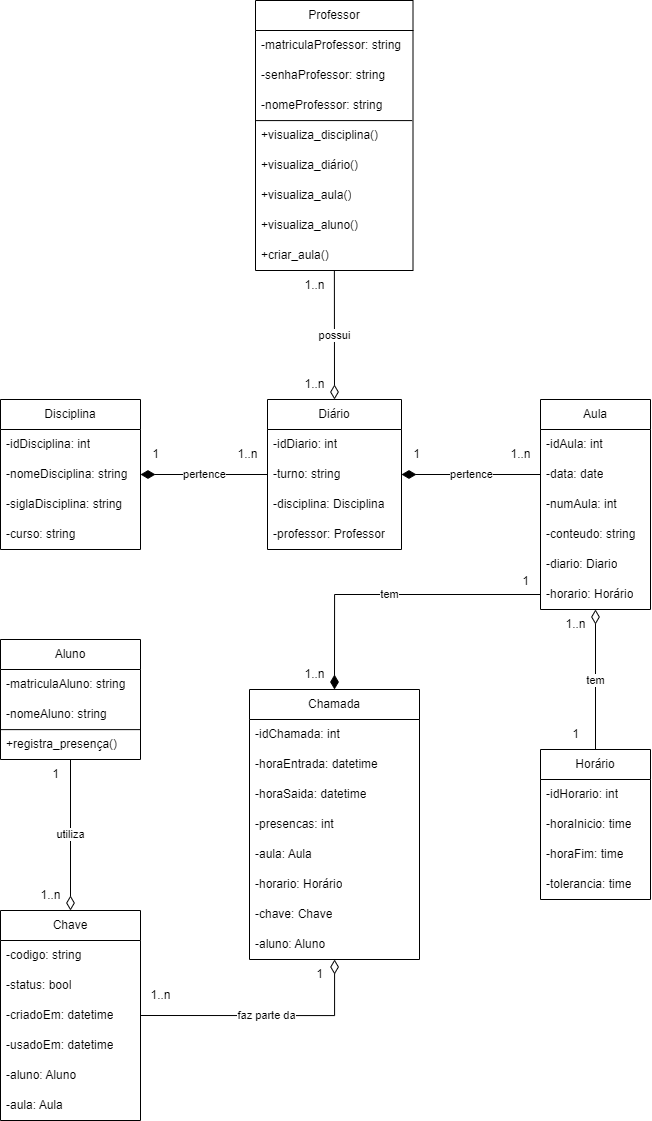
Before: Documents/Diagramas/models.png, a diagram exported from draw.io (Jordanjuliobr23/Automated-Call-System). Source tidied: cells renumbered, new cells last; positions are measured from the earlier drawing's top-left corner, leaving out a move shared by most shapes.
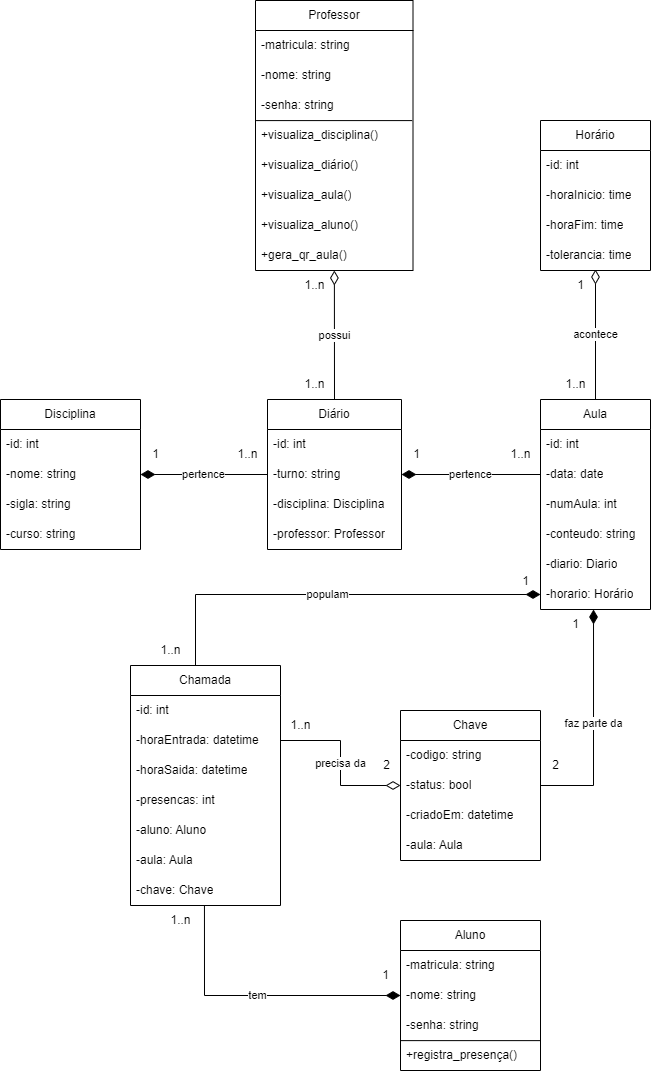
Later version of the same file.

Commit message:
Atualização tabelas models.drawio #31

Diff of the diagram source:
```diff
@@ -4,16 +4,23 @@
     <mxCell id="1" parent="0" />
-    <mxCell id="2" value="utiliza" style="edgeStyle=none;html=1;entryX=0.5;entryY=0;entryDx=0;entryDy=0;endArrow=diamondThin;endFill=0;endSize=12;" parent="1" edge="1" source="3" target="52">
-      <mxGeometry relative="1" as="geometry" />
+    <mxCell id="2" value="tem" style="edgeStyle=orthogonalEdgeStyle;html=1;endArrow=none;endFill=0;endSize=12;exitX=0;exitY=0.5;exitDx=0;exitDy=0;rounded=0;startArrow=diamondThin;startFill=1;startSize=12;entryX=0.493;entryY=1;entryDx=0;entryDy=0;entryPerimeter=0;" parent="1" edge="1" source="5" target="40">
+      <mxGeometry relative="1" as="geometry">
+        <Array as="points">
+          <mxPoint x="204" y="995" />
+        </Array>
+      </mxGeometry>
     </mxCell>
     <mxCell id="3" value="Aluno" style="swimlane;fontStyle=0;horizontal=1;startSize=30;whiteSpace=wrap;html=1;" parent="1" vertex="1">
-      <mxGeometry y="639" width="140" height="120" as="geometry" />
+      <mxGeometry x="400" y="920" width="140" height="150" as="geometry" />
     </mxCell>
-    <mxCell id="4" value="-matriculaAluno: string" style="text;strokeColor=none;fillColor=none;align=left;verticalAlign=middle;spacingLeft=4;spacingRight=4;overflow=hidden;whiteSpace=wrap;html=1;" parent="3" vertex="1">
+    <mxCell id="4" value="-matricula: string" style="text;strokeColor=none;fillColor=none;align=left;verticalAlign=middle;spacingLeft=4;spacingRight=4;overflow=hidden;whiteSpace=wrap;html=1;" parent="3" vertex="1">
       <mxGeometry y="30" width="140" height="30" as="geometry" />
     </mxCell>
-    <mxCell id="5" value="-nomeAluno: string" style="text;strokeColor=none;fillColor=none;align=left;verticalAlign=middle;spacingLeft=4;spacingRight=4;overflow=hidden;points=[[0,0.5],[1,0.5]];portConstraint=eastwest;whiteSpace=wrap;html=1;" parent="3" vertex="1">
+    <mxCell id="5" value="-nome: string" style="text;strokeColor=none;fillColor=none;align=left;verticalAlign=middle;spacingLeft=4;spacingRight=4;overflow=hidden;points=[[0,0.5],[1,0.5]];portConstraint=eastwest;whiteSpace=wrap;html=1;" parent="3" vertex="1">
       <mxGeometry y="60" width="140" height="30" as="geometry" />
     </mxCell>
+    <mxCell id="76" value="-senha: string" style="text;strokeColor=none;fillColor=none;align=left;verticalAlign=middle;spacingLeft=4;spacingRight=4;overflow=hidden;whiteSpace=wrap;html=1;" parent="3" vertex="1">
+      <mxGeometry y="90" width="140" height="30" as="geometry" />
+    </mxCell>
     <mxCell id="6" value="+registra_presença()" style="text;strokeColor=none;fillColor=none;align=left;verticalAlign=middle;spacingLeft=4;spacingRight=4;overflow=hidden;points=[[0,0.5],[1,0.5]];portConstraint=eastwest;whiteSpace=wrap;html=1;" parent="3" vertex="1">
-      <mxGeometry y="90" width="140" height="30" as="geometry" />
+      <mxGeometry y="120" width="140" height="30" as="geometry" />
     </mxCell>
@@ -25,9 +32,9 @@
     </mxCell>
-    <mxCell id="9" value="-idDisciplina: int" style="text;strokeColor=none;fillColor=none;align=left;verticalAlign=middle;spacingLeft=4;spacingRight=4;overflow=hidden;whiteSpace=wrap;html=1;" parent="8" vertex="1">
+    <mxCell id="9" value="-id: int" style="text;strokeColor=none;fillColor=none;align=left;verticalAlign=middle;spacingLeft=4;spacingRight=4;overflow=hidden;whiteSpace=wrap;html=1;" parent="8" vertex="1">
       <mxGeometry y="30" width="140" height="30" as="geometry" />
     </mxCell>
-    <mxCell id="10" value="-nomeDisciplina: string" style="text;strokeColor=none;fillColor=none;align=left;verticalAlign=middle;spacingLeft=4;spacingRight=4;overflow=hidden;points=[[0,0.5],[1,0.5]];portConstraint=eastwest;whiteSpace=wrap;html=1;" parent="8" vertex="1">
+    <mxCell id="10" value="-nome: string" style="text;strokeColor=none;fillColor=none;align=left;verticalAlign=middle;spacingLeft=4;spacingRight=4;overflow=hidden;points=[[0,0.5],[1,0.5]];portConstraint=eastwest;whiteSpace=wrap;html=1;" parent="8" vertex="1">
       <mxGeometry y="60" width="140" height="30" as="geometry" />
     </mxCell>
-    <mxCell id="11" value="-siglaDisciplina: string" style="text;strokeColor=none;fillColor=none;align=left;verticalAlign=middle;spacingLeft=4;spacingRight=4;overflow=hidden;whiteSpace=wrap;html=1;" parent="8" vertex="1">
+    <mxCell id="11" value="-sigla: string" style="text;strokeColor=none;fillColor=none;align=left;verticalAlign=middle;spacingLeft=4;spacingRight=4;overflow=hidden;whiteSpace=wrap;html=1;" parent="8" vertex="1">
       <mxGeometry y="90" width="140" height="30" as="geometry" />
@@ -37,3 +44,3 @@
     </mxCell>
-    <mxCell id="13" value="possui" style="edgeStyle=none;html=1;entryX=0.5;entryY=0;entryDx=0;entryDy=0;endSize=12;endArrow=diamondThin;endFill=0;" parent="1" edge="1" source="14" target="42">
+    <mxCell id="13" value="possui" style="edgeStyle=none;html=1;entryX=0.5;entryY=0;entryDx=0;entryDy=0;endSize=12;endArrow=none;endFill=0;startArrow=diamondThin;startFill=0;startSize=12;" parent="1" edge="1" source="14" target="42">
       <mxGeometry relative="1" as="geometry" />
@@ -43,11 +50,11 @@
     </mxCell>
-    <mxCell id="15" value="-matriculaProfessor: string" style="text;strokeColor=none;fillColor=none;align=left;verticalAlign=middle;spacingLeft=4;spacingRight=4;overflow=hidden;whiteSpace=wrap;html=1;" parent="14" vertex="1">
+    <mxCell id="15" value="-matricula: string" style="text;strokeColor=none;fillColor=none;align=left;verticalAlign=middle;spacingLeft=4;spacingRight=4;overflow=hidden;whiteSpace=wrap;html=1;" parent="14" vertex="1">
       <mxGeometry y="30" width="157.5" height="30" as="geometry" />
     </mxCell>
+    <mxCell id="17" value="-nome: string" style="text;strokeColor=none;fillColor=none;align=left;verticalAlign=middle;spacingLeft=4;spacingRight=4;overflow=hidden;whiteSpace=wrap;html=1;" parent="14" vertex="1">
+      <mxGeometry y="60" width="157.5" height="30" as="geometry" />
+    </mxCell>
-    <mxCell id="16" value="-senhaProfessor: string" style="text;strokeColor=none;fillColor=none;align=left;verticalAlign=middle;spacingLeft=4;spacingRight=4;overflow=hidden;whiteSpace=wrap;html=1;" parent="14" vertex="1">
-      <mxGeometry y="60" width="157.5" height="30" as="geometry" />
+    <mxCell id="16" value="-senha: string" style="text;strokeColor=none;fillColor=none;align=left;verticalAlign=middle;spacingLeft=4;spacingRight=4;overflow=hidden;whiteSpace=wrap;html=1;" parent="14" vertex="1">
+      <mxGeometry y="90" width="157.5" height="30" as="geometry" />
     </mxCell>
-    <mxCell id="17" value="-nomeProfessor: string" style="text;strokeColor=none;fillColor=none;align=left;verticalAlign=middle;spacingLeft=4;spacingRight=4;overflow=hidden;whiteSpace=wrap;html=1;" parent="14" vertex="1">
-      <mxGeometry y="90" width="157.5" height="30" as="geometry" />
-    </mxCell>
     <mxCell id="18" value="+visualiza_disciplina()" style="text;strokeColor=none;fillColor=none;align=left;verticalAlign=middle;spacingLeft=4;spacingRight=4;overflow=hidden;points=[[0,0.5],[1,0.5]];portConstraint=eastwest;whiteSpace=wrap;html=1;" parent="14" vertex="1">
@@ -67,6 +74,6 @@
     </mxCell>
-    <mxCell id="23" value="+criar_aula()" style="text;strokeColor=none;fillColor=none;align=left;verticalAlign=middle;spacingLeft=4;spacingRight=4;overflow=hidden;whiteSpace=wrap;html=1;" parent="14" vertex="1">
+    <mxCell id="23" value="+gera_qr_aula()" style="text;strokeColor=none;fillColor=none;align=left;verticalAlign=middle;spacingLeft=4;spacingRight=4;overflow=hidden;whiteSpace=wrap;html=1;" parent="14" vertex="1">
       <mxGeometry y="240" width="157.5" height="30" as="geometry" />
     </mxCell>
-    <mxCell id="24" value="tem" style="edgeStyle=none;html=1;entryX=0.5;entryY=0;entryDx=0;entryDy=0;endArrow=none;endFill=0;startArrow=diamondThin;startFill=0;startSize=12;" parent="1" edge="1" source="25" target="47">
+    <mxCell id="24" value="acontece" style="edgeStyle=none;html=1;entryX=0.5;entryY=0.967;entryDx=0;entryDy=0;endArrow=diamondThin;endFill=0;startArrow=none;startFill=0;startSize=12;entryPerimeter=0;endSize=12;" parent="1" edge="1" source="25" target="51">
       <mxGeometry relative="1" as="geometry" />
@@ -76,3 +83,3 @@
     </mxCell>
-    <mxCell id="26" value="-idAula: int" style="text;strokeColor=none;fillColor=none;align=left;verticalAlign=middle;spacingLeft=4;spacingRight=4;overflow=hidden;whiteSpace=wrap;html=1;" parent="25" vertex="1">
+    <mxCell id="26" value="-id: int" style="text;strokeColor=none;fillColor=none;align=left;verticalAlign=middle;spacingLeft=4;spacingRight=4;overflow=hidden;whiteSpace=wrap;html=1;" parent="25" vertex="1">
       <mxGeometry y="30" width="110" height="30" as="geometry" />
@@ -94,3 +101,3 @@
     </mxCell>
-    <mxCell id="32" value="faz parte da" style="edgeStyle=orthogonalEdgeStyle;html=1;entryX=1;entryY=0.5;entryDx=0;entryDy=0;startArrow=diamondThin;startFill=0;rounded=0;curved=0;endArrow=none;endFill=0;endSize=12;startSize=12;" parent="1" edge="1" source="33" target="55">
+    <mxCell id="32" value="precisa da" style="edgeStyle=orthogonalEdgeStyle;html=1;startArrow=none;startFill=0;rounded=0;curved=0;endArrow=diamondThin;endFill=0;endSize=12;startSize=12;exitX=1;exitY=0.5;exitDx=0;exitDy=0;entryX=0;entryY=0.5;entryDx=0;entryDy=0;" parent="1" edge="1" source="35" target="54">
       <mxGeometry relative="1" as="geometry" />
@@ -98,28 +105,25 @@
     <mxCell id="33" value="Chamada" style="swimlane;fontStyle=0;horizontal=1;startSize=30;whiteSpace=wrap;html=1;" parent="1" vertex="1">
-      <mxGeometry x="249" y="689" width="170" height="270" as="geometry" />
+      <mxGeometry x="130" y="665" width="150" height="240" as="geometry" />
     </mxCell>
-    <mxCell id="34" value="-idChamada: int" style="text;strokeColor=none;fillColor=none;align=left;verticalAlign=middle;spacingLeft=4;spacingRight=4;overflow=hidden;whiteSpace=wrap;html=1;" parent="33" vertex="1">
-      <mxGeometry y="30" width="170" height="30" as="geometry" />
+    <mxCell id="34" value="-id: int" style="text;strokeColor=none;fillColor=none;align=left;verticalAlign=middle;spacingLeft=4;spacingRight=4;overflow=hidden;whiteSpace=wrap;html=1;" parent="33" vertex="1">
+      <mxGeometry y="30" width="150" height="30" as="geometry" />
     </mxCell>
     <mxCell id="35" value="-horaEntrada: datetime" style="text;strokeColor=none;fillColor=none;align=left;verticalAlign=middle;spacingLeft=4;spacingRight=4;overflow=hidden;points=[[0,0.5],[1,0.5]];portConstraint=eastwest;whiteSpace=wrap;html=1;" parent="33" vertex="1">
-      <mxGeometry y="60" width="170" height="30" as="geometry" />
+      <mxGeometry y="60" width="150" height="30" as="geometry" />
     </mxCell>
     <mxCell id="36" value="-horaSaida: datetime" style="text;strokeColor=none;fillColor=none;align=left;verticalAlign=middle;spacingLeft=4;spacingRight=4;overflow=hidden;whiteSpace=wrap;html=1;" parent="33" vertex="1">
-      <mxGeometry y="90" width="170" height="30" as="geometry" />
+      <mxGeometry y="90" width="150" height="30" as="geometry" />
     </mxCell>
     <mxCell id="37" value="-presencas: int" style="text;strokeColor=none;fillColor=none;align=left;verticalAlign=middle;spacingLeft=4;spacingRight=4;overflow=hidden;whiteSpace=wrap;html=1;" parent="33" vertex="1">
-      <mxGeometry y="120" width="170" height="30" as="geometry" />
+      <mxGeometry y="120" width="150" height="30" as="geometry" />
     </mxCell>
+    <mxCell id="41" value="-aluno: Aluno" style="text;strokeColor=none;fillColor=none;align=left;verticalAlign=middle;spacingLeft=4;spacingRight=4;overflow=hidden;whiteSpace=wrap;html=1;" parent="33" vertex="1">
+      <mxGeometry y="150" width="150" height="30" as="geometry" />
+    </mxCell>
     <mxCell id="38" value="-aula: Aula" style="text;strokeColor=none;fillColor=none;align=left;verticalAlign=middle;spacingLeft=4;spacingRight=4;overflow=hidden;whiteSpace=wrap;html=1;" parent="33" vertex="1">
-      <mxGeometry y="150" width="170" height="30" as="geometry" />
+      <mxGeometry y="180" width="150" height="30" as="geometry" />
     </mxCell>
-    <mxCell id="39" value="-horario: Horário" style="text;strokeColor=none;fillColor=none;align=left;verticalAlign=middle;spacingLeft=4;spacingRight=4;overflow=hidden;whiteSpace=wrap;html=1;" parent="33" vertex="1">
-      <mxGeometry y="180" width="170" height="30" as="geometry" />
-    </mxCell>
     <mxCell id="40" value="-chave: Chave" style="text;strokeColor=none;fillColor=none;align=left;verticalAlign=middle;spacingLeft=4;spacingRight=4;overflow=hidden;points=[[0,0.5],[1,0.5]];portConstraint=eastwest;whiteSpace=wrap;html=1;" parent="33" vertex="1">
-      <mxGeometry y="210" width="170" height="30" as="geometry" />
+      <mxGeometry y="210" width="150" height="30" as="geometry" />
     </mxCell>
-    <mxCell id="41" value="-aluno: Aluno" style="text;strokeColor=none;fillColor=none;align=left;verticalAlign=middle;spacingLeft=4;spacingRight=4;overflow=hidden;whiteSpace=wrap;html=1;" parent="33" vertex="1">
-      <mxGeometry y="240" width="170" height="30" as="geometry" />
-    </mxCell>
     <mxCell id="42" value="Diário" style="swimlane;fontStyle=0;horizontal=1;startSize=30;whiteSpace=wrap;html=1;" parent="1" vertex="1">
@@ -127,3 +131,3 @@
     </mxCell>
-    <mxCell id="43" value="-idDiario: int" style="text;strokeColor=none;fillColor=none;align=left;verticalAlign=middle;spacingLeft=4;spacingRight=4;overflow=hidden;whiteSpace=wrap;html=1;" parent="42" vertex="1">
+    <mxCell id="43" value="-id: int" style="text;strokeColor=none;fillColor=none;align=left;verticalAlign=middle;spacingLeft=4;spacingRight=4;overflow=hidden;whiteSpace=wrap;html=1;" parent="42" vertex="1">
       <mxGeometry y="30" width="134" height="30" as="geometry" />
@@ -140,5 +144,5 @@
     <mxCell id="47" value="Horário" style="swimlane;fontStyle=0;horizontal=1;startSize=30;whiteSpace=wrap;html=1;" parent="1" vertex="1">
-      <mxGeometry x="540" y="749" width="110" height="150" as="geometry" />
+      <mxGeometry x="540" y="120" width="110" height="150" as="geometry" />
     </mxCell>
-    <mxCell id="48" value="-idHorario: int" style="text;strokeColor=none;fillColor=none;align=left;verticalAlign=middle;spacingLeft=4;spacingRight=4;overflow=hidden;whiteSpace=wrap;html=1;" parent="47" vertex="1">
+    <mxCell id="48" value="-id: int" style="text;strokeColor=none;fillColor=none;align=left;verticalAlign=middle;spacingLeft=4;spacingRight=4;overflow=hidden;whiteSpace=wrap;html=1;" parent="47" vertex="1">
       <mxGeometry y="30" width="110" height="30" as="geometry" />
@@ -154,4 +158,7 @@
     </mxCell>
+    <mxCell id="77" value="faz parte da" style="edgeStyle=orthogonalEdgeStyle;html=1;exitX=1;exitY=0.5;exitDx=0;exitDy=0;rounded=0;endArrow=diamondThin;endFill=1;startArrow=none;startFill=0;endSize=12;startSize=12;entryX=0.482;entryY=1;entryDx=0;entryDy=0;entryPerimeter=0;" parent="1" edge="1" source="54" target="31">
+      <mxGeometry relative="1" as="geometry" />
+    </mxCell>
     <mxCell id="52" value="Chave" style="swimlane;fontStyle=0;horizontal=1;startSize=30;whiteSpace=wrap;html=1;" parent="1" vertex="1">
-      <mxGeometry y="910" width="140" height="210" as="geometry" />
+      <mxGeometry x="400" y="710" width="140" height="150" as="geometry" />
     </mxCell>
@@ -166,10 +173,4 @@
     </mxCell>
-    <mxCell id="56" value="-usadoEm: datetime" style="text;strokeColor=none;fillColor=none;align=left;verticalAlign=middle;spacingLeft=4;spacingRight=4;overflow=hidden;whiteSpace=wrap;html=1;" parent="52" vertex="1">
-      <mxGeometry y="120" width="140" height="30" as="geometry" />
-    </mxCell>
-    <mxCell id="57" value="-aluno: Aluno" style="text;strokeColor=none;fillColor=none;align=left;verticalAlign=middle;spacingLeft=4;spacingRight=4;overflow=hidden;whiteSpace=wrap;html=1;" parent="52" vertex="1">
-      <mxGeometry y="150" width="140" height="30" as="geometry" />
-    </mxCell>
     <mxCell id="58" value="-aula: Aula" style="text;strokeColor=none;fillColor=none;align=left;verticalAlign=middle;spacingLeft=4;spacingRight=4;overflow=hidden;whiteSpace=wrap;html=1;" parent="52" vertex="1">
-      <mxGeometry y="180" width="140" height="30" as="geometry" />
+      <mxGeometry y="120" width="140" height="30" as="geometry" />
     </mxCell>
@@ -200,17 +201,17 @@
     <mxCell id="67" value="1" style="text;html=1;align=center;verticalAlign=middle;strokeColor=none;fillColor=none;" parent="1" vertex="1">
-      <mxGeometry x="40" y="759" width="30" height="30" as="geometry" />
+      <mxGeometry x="370" y="960" width="30" height="30" as="geometry" />
     </mxCell>
     <mxCell id="68" value="1..n" style="text;html=1;align=center;verticalAlign=middle;strokeColor=none;fillColor=none;" parent="1" vertex="1">
-      <mxGeometry x="30" y="880" width="40" height="30" as="geometry" />
+      <mxGeometry x="160" y="905" width="40" height="30" as="geometry" />
     </mxCell>
     <mxCell id="69" value="1" style="text;html=1;align=center;verticalAlign=middle;strokeColor=none;fillColor=none;" parent="1" vertex="1">
-      <mxGeometry x="560" y="719" width="30" height="30" as="geometry" />
+      <mxGeometry x="565" y="270" width="30" height="30" as="geometry" />
     </mxCell>
     <mxCell id="70" value="1..n" style="text;html=1;align=center;verticalAlign=middle;strokeColor=none;fillColor=none;" parent="1" vertex="1">
-      <mxGeometry x="555" y="609" width="40" height="30" as="geometry" />
+      <mxGeometry x="555" y="369" width="40" height="30" as="geometry" />
     </mxCell>
-    <mxCell id="71" value="tem" style="edgeStyle=orthogonalEdgeStyle;html=1;exitX=0;exitY=0.5;exitDx=0;exitDy=0;entryX=0.5;entryY=0;entryDx=0;entryDy=0;rounded=0;curved=0;endArrow=diamondThin;endFill=1;endSize=12;startSize=12;startArrow=none;startFill=0;" parent="1" edge="1" source="31" target="33">
+    <mxCell id="71" value="populam" style="edgeStyle=orthogonalEdgeStyle;html=1;exitX=0;exitY=0.5;exitDx=0;exitDy=0;entryX=0.5;entryY=0;entryDx=0;entryDy=0;rounded=0;curved=0;endArrow=none;endFill=0;endSize=12;startSize=12;startArrow=diamondThin;startFill=1;" parent="1" edge="1" source="31" target="33">
       <mxGeometry relative="1" as="geometry">
         <Array as="points">
-          <mxPoint x="334" y="594" />
+          <mxPoint x="195" y="594" />
         </Array>
@@ -218,7 +219,7 @@
     </mxCell>
-    <mxCell id="72" value="1" style="text;html=1;align=center;verticalAlign=middle;strokeColor=none;fillColor=none;" parent="1" vertex="1">
-      <mxGeometry x="304" y="959" width="30" height="30" as="geometry" />
+    <mxCell id="72" value="2" style="text;html=1;align=center;verticalAlign=middle;strokeColor=none;fillColor=none;" parent="1" vertex="1">
+      <mxGeometry x="371" y="750" width="30" height="30" as="geometry" />
     </mxCell>
     <mxCell id="73" value="1..n" style="text;html=1;align=center;verticalAlign=middle;strokeColor=none;fillColor=none;" parent="1" vertex="1">
-      <mxGeometry x="140" y="980" width="40" height="30" as="geometry" />
+      <mxGeometry x="280" y="710" width="40" height="30" as="geometry" />
     </mxCell>
@@ -228,4 +229,10 @@
     <mxCell id="75" value="1..n" style="text;html=1;align=center;verticalAlign=middle;strokeColor=none;fillColor=none;" parent="1" vertex="1">
-      <mxGeometry x="294" y="659" width="40" height="30" as="geometry" />
+      <mxGeometry x="150" y="635" width="40" height="30" as="geometry" />
     </mxCell>
+    <mxCell id="78" value="1" style="text;html=1;align=center;verticalAlign=middle;strokeColor=none;fillColor=none;" parent="1" vertex="1">
+      <mxGeometry x="560" y="609" width="30" height="30" as="geometry" />
+    </mxCell>
+    <mxCell id="79" value="2" style="text;html=1;align=center;verticalAlign=middle;strokeColor=none;fillColor=none;" parent="1" vertex="1">
+      <mxGeometry x="540" y="750" width="30" height="30" as="geometry" />
+    </mxCell>
   </root>
```
